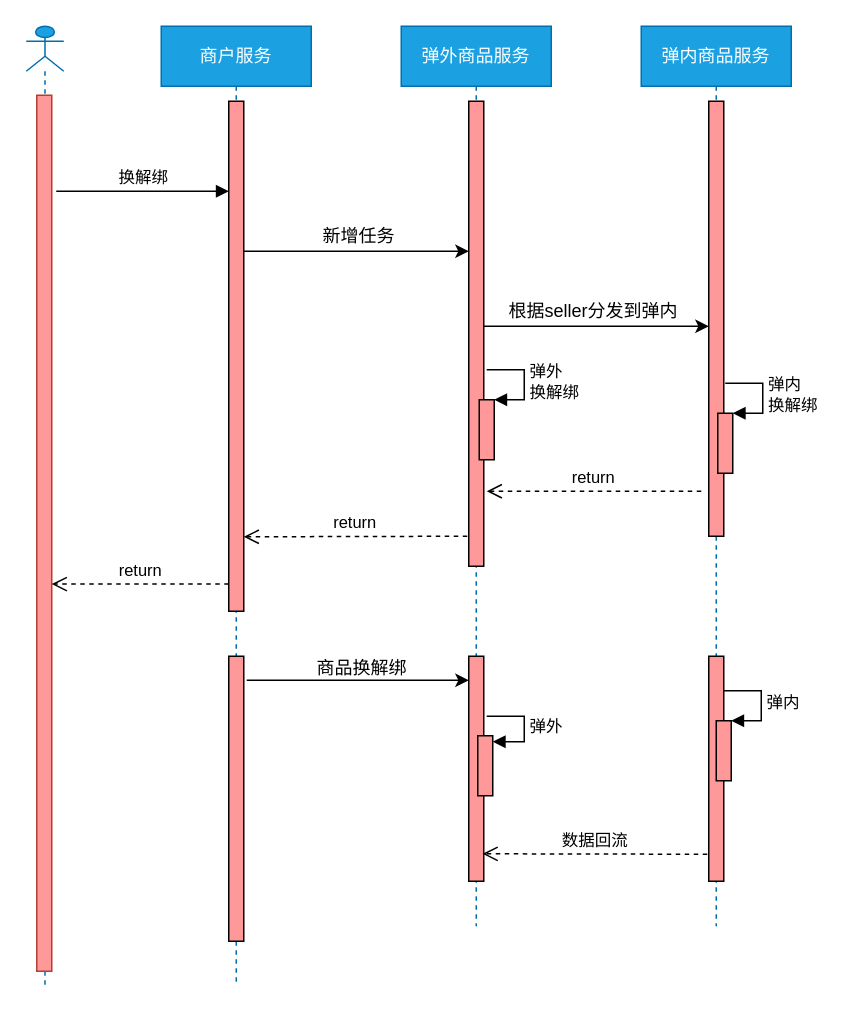
This is commodity/弹内换解绑.drawio from zhugaozi/drawIo, a draw.io file, before an edit. Source tidied: cells renumbered, new cells numbered last; positions are measured from the earlier drawing's top-left corner, leaving out a move shared by most shapes. Both pictures are drawn from the tidied source at 150%, with x=0, y=0 at pixel (26, 26).
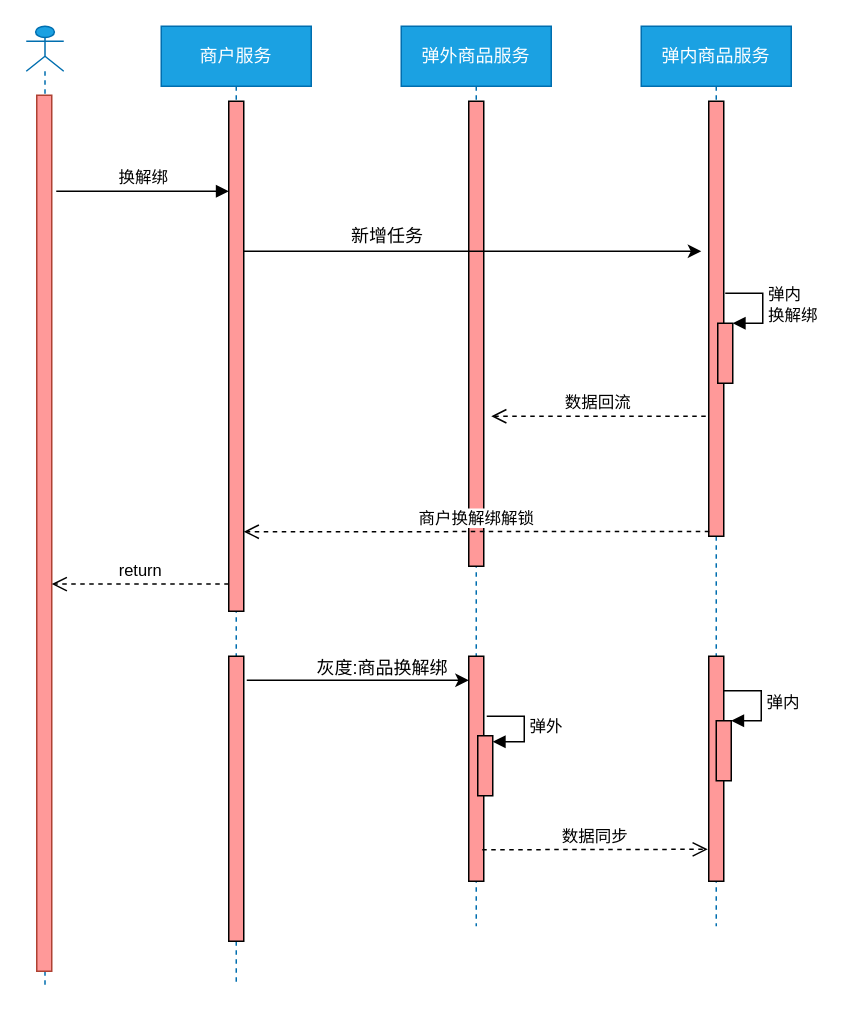
Above is the later version.

Commit message:
Update 弹内换解绑.drawio

Unchanged cells that the change refers to:
```xml
<mxCell id="5" style="html=1;points=[];perimeter=orthogonalPerimeter;align=center;fillColor=#FF9999;" parent="4" vertex="1">
  <mxGeometry x="45" y="50" width="10" height="340" as="geometry" />
</mxCell>
<mxCell id="7" value="弹外商品服务" style="shape=umlLifeline;perimeter=lifelinePerimeter;whiteSpace=wrap;html=1;fillColor=#1ba1e2;strokeColor=#006EAF;fontColor=#ffffff;align=center;" parent="1" vertex="1">
  <mxGeometry x="250" width="100" height="600" as="geometry" />
</mxCell>
<mxCell id="8" style="html=1;points=[];perimeter=orthogonalPerimeter;align=center;fillColor=#FF9999;" parent="7" vertex="1">
  <mxGeometry x="45" y="50" width="10" height="310" as="geometry" />
</mxCell>
<mxCell id="11" style="html=1;points=[];perimeter=orthogonalPerimeter;align=center;fillColor=#FF9999;" parent="7" vertex="1">
  <mxGeometry x="45" y="420" width="10" height="150" as="geometry" />
</mxCell>
<mxCell id="14" value="弹内商品服务" style="shape=umlLifeline;perimeter=lifelinePerimeter;whiteSpace=wrap;html=1;fillColor=#1ba1e2;strokeColor=#006EAF;fontColor=#ffffff;align=center;" parent="1" vertex="1">
  <mxGeometry x="410" width="100" height="600" as="geometry" />
</mxCell>
<mxCell id="15" style="html=1;points=[];perimeter=orthogonalPerimeter;align=center;fillColor=#FF9999;" parent="14" vertex="1">
  <mxGeometry x="45" y="50" width="10" height="290" as="geometry" />
</mxCell>
<mxCell id="18" style="html=1;points=[];perimeter=orthogonalPerimeter;align=center;fillColor=#FF9999;" parent="14" vertex="1">
  <mxGeometry x="45" y="420" width="10" height="150" as="geometry" />
</mxCell>
```

Change to the diagram source:
```diff
@@
-    <mxCell id="9" style="html=1;points=[];perimeter=orthogonalPerimeter;align=center;fillColor=#FF9999;" parent="7" vertex="1">
-      <mxGeometry x="52" y="249" width="10" height="40" as="geometry" />
-    </mxCell>
-    <mxCell id="10" value="弹外&lt;br&gt;换解绑" style="edgeStyle=orthogonalEdgeStyle;html=1;align=left;spacingLeft=2;endArrow=block;rounded=0;entryX=1;entryY=0;" parent="7" edge="1" target="9">
-      <mxGeometry relative="1" as="geometry">
-        <mxPoint x="57" y="229" as="sourcePoint" />
-        <Array as="points">
-          <mxPoint x="82" y="229" />
-        </Array>
-      </mxGeometry>
-    </mxCell>
@@
     <mxCell id="16" style="html=1;points=[];perimeter=orthogonalPerimeter;align=center;fillColor=#FF9999;" parent="14" vertex="1">
-      <mxGeometry x="51" y="258" width="10" height="40" as="geometry" />
+      <mxGeometry x="51" y="198" width="10" height="40" as="geometry" />
     </mxCell>
     <mxCell id="17" value="弹内&lt;br&gt;换解绑" style="edgeStyle=orthogonalEdgeStyle;html=1;align=left;spacingLeft=2;endArrow=block;rounded=0;entryX=1;entryY=0;" parent="14" edge="1" target="16">
       <mxGeometry relative="1" as="geometry">
-        <mxPoint x="56" y="238" as="sourcePoint" />
+        <mxPoint x="56" y="178" as="sourcePoint" />
         <Array as="points">
-          <mxPoint x="81" y="238" />
+          <mxPoint x="81" y="178" />
         </Array>
       </mxGeometry>
     </mxCell>
@@
-    <mxCell id="22" style="edgeStyle=orthogonalEdgeStyle;rounded=0;jettySize=auto;html=1;align=center;" parent="1" edge="1" source="5" target="8">
+    <mxCell id="22" style="edgeStyle=orthogonalEdgeStyle;rounded=0;jettySize=auto;html=1;align=center;" parent="1" edge="1" source="5">
       <mxGeometry relative="1" as="geometry">
+        <mxPoint x="450" y="150" as="targetPoint" />
         <Array as="points">
           <mxPoint x="200" y="150" />
           <mxPoint x="200" y="150" />
         </Array>
       </mxGeometry>
     </mxCell>
     <mxCell id="23" value="新增任务" style="text;html=1;align=left;verticalAlign=top;spacingTop=-4;" parent="1" vertex="1">
-      <mxGeometry x="196" y="130" width="70" height="10" as="geometry" />
+      <mxGeometry x="215" y="130" width="70" height="10" as="geometry" />
     </mxCell>
-    <mxCell id="24" style="edgeStyle=orthogonalEdgeStyle;rounded=0;jettySize=auto;html=1;align=center;" parent="1" edge="1" source="8" target="15">
-      <mxGeometry relative="1" as="geometry">
-        <Array as="points">
-          <mxPoint x="420" y="200" />
-          <mxPoint x="420" y="200" />
-        </Array>
-      </mxGeometry>
-    </mxCell>
-    <mxCell id="25" value="根据seller分发到弹内" style="text;html=1;align=left;verticalAlign=top;spacingTop=-4;" parent="1" vertex="1">
-      <mxGeometry x="320" y="180" width="140" height="10" as="geometry" />
-    </mxCell>
-    <mxCell id="26" value="return" style="html=1;verticalAlign=bottom;endArrow=open;dashed=1;endSize=8;align=center;" parent="1" edge="1">
+    <mxCell id="26" value="数据回流" style="html=1;verticalAlign=bottom;endArrow=open;dashed=1;endSize=8;align=center;" parent="1" edge="1">
       <mxGeometry relative="1" as="geometry">
-        <mxPoint x="450" y="310" as="sourcePoint" />
-        <mxPoint x="307" y="310" as="targetPoint" />
+        <mxPoint x="453" y="260" as="sourcePoint" />
+        <mxPoint x="310" y="260" as="targetPoint" />
       </mxGeometry>
     </mxCell>
-    <mxCell id="27" value="return" style="html=1;verticalAlign=bottom;endArrow=open;dashed=1;endSize=8;align=center;entryX=1;entryY=0.854;entryDx=0;entryDy=0;entryPerimeter=0;" parent="1" edge="1" target="5">
+    <mxCell id="27" value="商户换解绑解锁" style="html=1;verticalAlign=bottom;endArrow=open;dashed=1;endSize=8;align=center;exitX=0.033;exitY=0.989;exitDx=0;exitDy=0;exitPerimeter=0;" parent="1" edge="1" source="15">
       <mxGeometry relative="1" as="geometry">
-        <mxPoint x="294" y="340" as="sourcePoint" />
+        <mxPoint x="145" y="337" as="targetPoint" />
       </mxGeometry>
     </mxCell>
@@
-    <mxCell id="30" value="商品换解绑" style="text;html=1;align=left;verticalAlign=top;spacingTop=-4;" parent="1" vertex="1">
-      <mxGeometry x="192" y="418" width="80" height="10" as="geometry" />
+    <mxCell id="30" value="灰度:商品换解绑" style="text;html=1;align=left;verticalAlign=top;spacingTop=-4;" parent="1" vertex="1">
+      <mxGeometry x="192" y="418" width="110" height="10" as="geometry" />
     </mxCell>
-    <mxCell id="31" value="数据回流" style="html=1;verticalAlign=bottom;endArrow=open;dashed=1;endSize=8;align=center;entryX=0.922;entryY=0.878;entryDx=0;entryDy=0;entryPerimeter=0;" parent="1" edge="1" target="11">
+    <mxCell id="31" value="数据同步" style="html=1;verticalAlign=bottom;endArrow=open;dashed=1;endSize=8;align=center;entryX=-0.067;entryY=0.858;entryDx=0;entryDy=0;entryPerimeter=0;" parent="1" edge="1" target="18">
       <mxGeometry relative="1" as="geometry">
-        <mxPoint x="454" y="552" as="sourcePoint" />
+        <mxPoint x="304" y="549" as="sourcePoint" />
       </mxGeometry>
     </mxCell>
```
